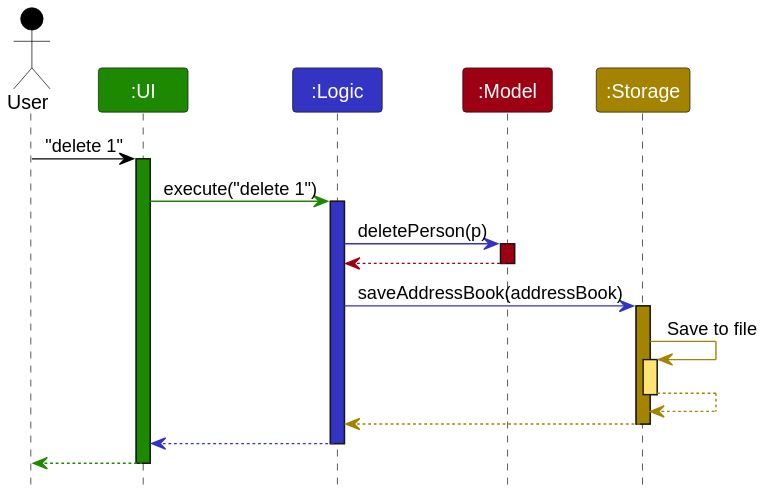
Above: docs/diagrams/ArchitectureSequenceDiagram.svg in nus-cs2103-AY2425S1/tp (PlantUML), before the change. The source it was exported from:
```plantuml
@startuml
!include style.puml
skinparam ArrowFontStyle plain

Actor User as user USER_COLOR
Participant ":UI" as ui UI_COLOR
Participant ":Logic" as logic LOGIC_COLOR
Participant ":Model" as model MODEL_COLOR
Participant ":Storage" as storage STORAGE_COLOR

user -[USER_COLOR]> ui : "delete 1"
activate ui UI_COLOR

ui -[UI_COLOR]> logic : execute("delete 1")
activate logic LOGIC_COLOR

logic -[LOGIC_COLOR]> model : deletePerson(p)
activate model MODEL_COLOR

model -[MODEL_COLOR]-> logic
deactivate model

logic -[LOGIC_COLOR]> storage : saveAddressBook(addressBook)
activate storage STORAGE_COLOR

storage -[STORAGE_COLOR]> storage : Save to file
activate storage STORAGE_COLOR_T1
storage --[STORAGE_COLOR]> storage
deactivate storage

storage --[STORAGE_COLOR]> logic
deactivate storage

logic --[LOGIC_COLOR]> ui
deactivate logic

ui--[UI_COLOR]> user
deactivate ui
@enduml
```
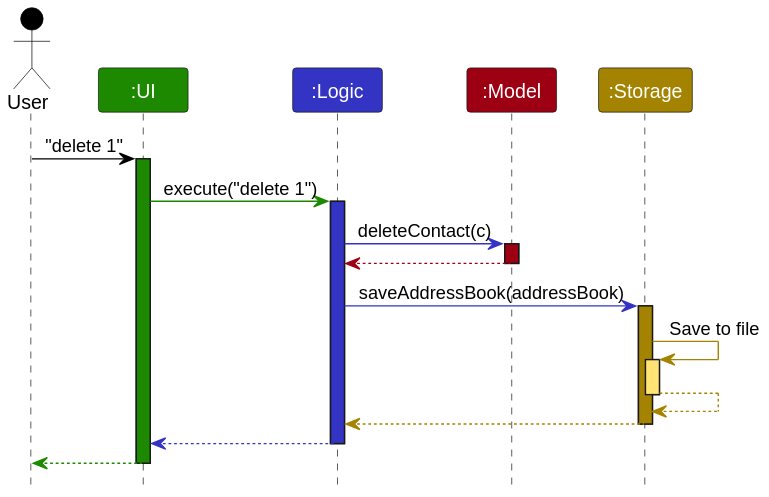
The same file after the commit.

The edit, as a diff of the source:
```diff
@@ -14,7 +14,7 @@
 ui -[UI_COLOR]> logic : execute("delete 1")
 activate logic LOGIC_COLOR
 
-logic -[LOGIC_COLOR]> model : deletePerson(p)
+logic -[LOGIC_COLOR]> model : deleteContact(c)
 activate model MODEL_COLOR
 
 model -[MODEL_COLOR]-> logic
```
